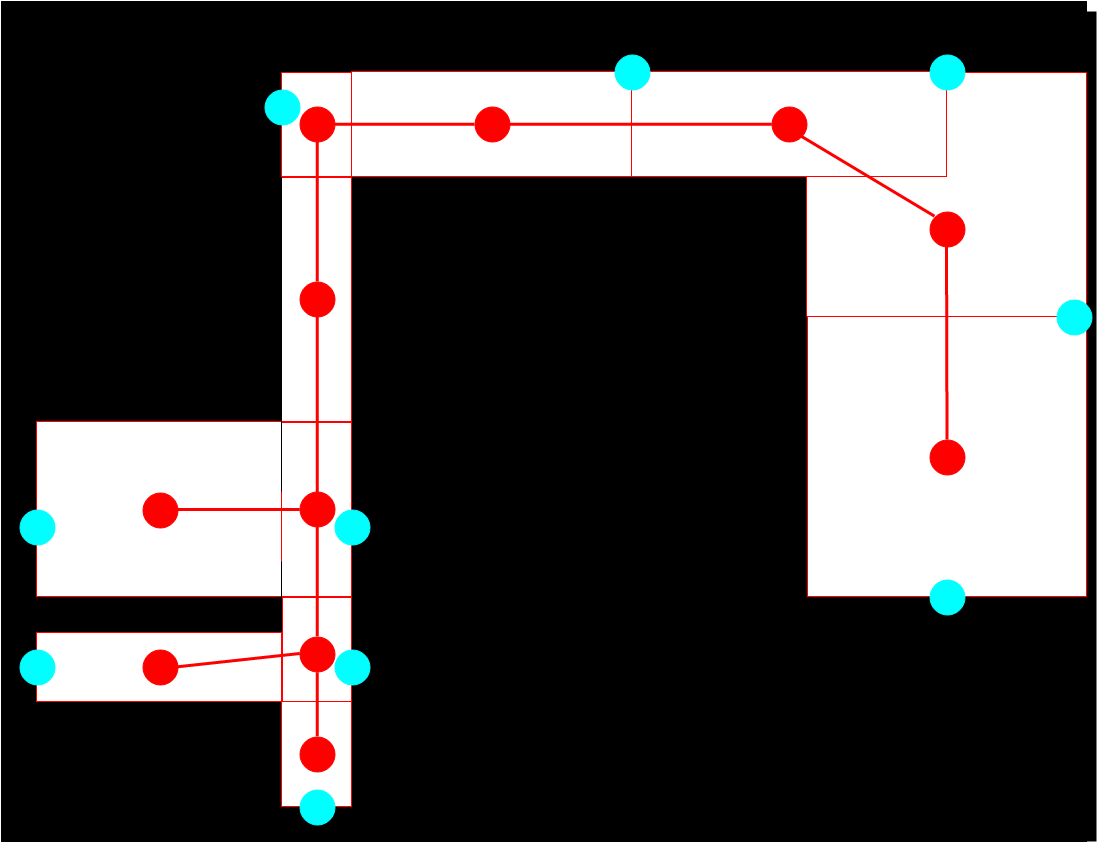
Above: docs/eb2.png in mchill/beacon-bone (draw.io), before the change. Source tidied: cells renumbered, new cells last; positions are measured from the earlier drawing's top-left corner, leaving out a move shared by most shapes.
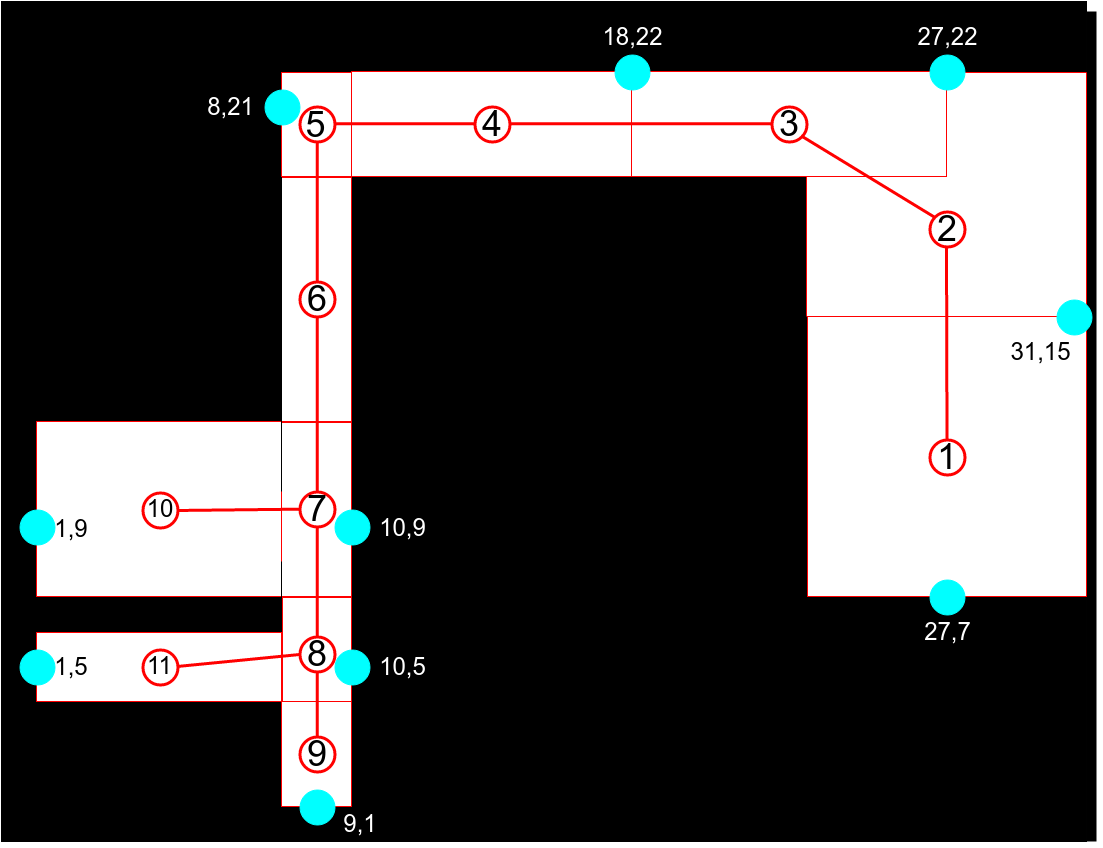
After the commit.

Commit message:
Update eb2 map with labels

It will be easier to refer to nodes and beacons.

The edit, as a diff of the source:
```diff
@@ -89,7 +89,7 @@
     <mxCell id="30" style="whiteSpace=wrap;html=1;strokeColor=#FF0000;strokeWidth=1;fillColor=none;" parent="1" vertex="1">
       <mxGeometry x="35" y="631" width="245" height="69" as="geometry" />
     </mxCell>
-    <mxCell id="31" style="ellipse;whiteSpace=wrap;html=1;strokeColor=#FF0000;strokeWidth=1;fillColor=#FF0000;perimeterSpacing=0;" parent="1" vertex="1">
+    <mxCell id="31" value="&lt;font style=&quot;font-size: 36px&quot;&gt;1&lt;/font&gt;" style="ellipse;whiteSpace=wrap;html=1;strokeColor=#FF0000;strokeWidth=3;fillColor=none;perimeterSpacing=0;" parent="1" vertex="1">
       <mxGeometry x="928" y="438" width="35" height="35" as="geometry" />
     </mxCell>
     <mxCell id="32" style="ellipse;whiteSpace=wrap;html=1;strokeColor=#00FFFF;strokeWidth=1;fillColor=#00FFFF;perimeterSpacing=0;" parent="1" vertex="1">
@@ -107,34 +107,34 @@
     <mxCell id="36" style="ellipse;whiteSpace=wrap;html=1;strokeColor=#00FFFF;strokeWidth=1;fillColor=#00FFFF;perimeterSpacing=0;" parent="1" vertex="1">
       <mxGeometry x="333" y="508" width="35" height="35" as="geometry" />
     </mxCell>
-    <mxCell id="37" style="ellipse;whiteSpace=wrap;html=1;strokeColor=#FF0000;strokeWidth=1;fillColor=#FF0000;perimeterSpacing=0;" parent="1" vertex="1">
+    <mxCell id="37" value="&lt;font style=&quot;font-size: 36px&quot;&gt;2&lt;/font&gt;" style="ellipse;whiteSpace=wrap;html=1;strokeColor=#FF0000;strokeWidth=3;fillColor=none;perimeterSpacing=0;" parent="1" vertex="1">
       <mxGeometry x="928" y="210" width="35" height="35" as="geometry" />
     </mxCell>
-    <mxCell id="38" style="ellipse;whiteSpace=wrap;html=1;strokeColor=#FF0000;strokeWidth=1;fillColor=#FF0000;perimeterSpacing=0;" parent="1" vertex="1">
+    <mxCell id="38" value="&lt;font style=&quot;font-size: 36px&quot;&gt;4&lt;/font&gt;" style="ellipse;whiteSpace=wrap;html=1;strokeColor=#FF0000;strokeWidth=3;fillColor=none;perimeterSpacing=0;" parent="1" vertex="1">
       <mxGeometry x="473" y="105" width="35" height="35" as="geometry" />
     </mxCell>
-    <mxCell id="39" style="ellipse;whiteSpace=wrap;html=1;strokeColor=#FF0000;strokeWidth=1;fillColor=#FF0000;perimeterSpacing=0;" parent="1" vertex="1">
+    <mxCell id="39" value="&lt;font style=&quot;font-size: 24px&quot;&gt;10&lt;/font&gt;" style="ellipse;whiteSpace=wrap;html=1;strokeColor=#FF0000;strokeWidth=3;fillColor=none;perimeterSpacing=0;" parent="1" vertex="1">
       <mxGeometry x="141" y="491" width="35" height="35" as="geometry" />
     </mxCell>
-    <mxCell id="40" style="ellipse;whiteSpace=wrap;html=1;strokeColor=#FF0000;strokeWidth=1;fillColor=#FF0000;perimeterSpacing=0;" parent="1" vertex="1">
+    <mxCell id="40" value="&lt;font style=&quot;font-size: 36px&quot;&gt;7&lt;/font&gt;" style="ellipse;whiteSpace=wrap;html=1;strokeColor=#FF0000;strokeWidth=3;fillColor=none;perimeterSpacing=0;" parent="1" vertex="1">
       <mxGeometry x="298" y="490" width="35" height="35" as="geometry" />
     </mxCell>
-    <mxCell id="41" style="ellipse;whiteSpace=wrap;html=1;strokeColor=#FF0000;strokeWidth=1;fillColor=#FF0000;perimeterSpacing=0;" parent="1" vertex="1">
+    <mxCell id="41" value="&lt;font style=&quot;font-size: 24px&quot;&gt;11&lt;/font&gt;" style="ellipse;whiteSpace=wrap;html=1;strokeColor=#FF0000;strokeWidth=3;fillColor=none;perimeterSpacing=0;" parent="1" vertex="1">
       <mxGeometry x="141" y="648" width="35" height="35" as="geometry" />
     </mxCell>
-    <mxCell id="42" style="ellipse;whiteSpace=wrap;html=1;strokeColor=#FF0000;strokeWidth=1;fillColor=#FF0000;perimeterSpacing=0;" parent="1" vertex="1">
+    <mxCell id="42" value="&lt;font style=&quot;font-size: 36px&quot;&gt;9&lt;/font&gt;" style="ellipse;whiteSpace=wrap;html=1;strokeColor=#FF0000;strokeWidth=3;fillColor=none;perimeterSpacing=0;" parent="1" vertex="1">
       <mxGeometry x="298" y="735" width="35" height="35" as="geometry" />
     </mxCell>
     <mxCell id="43" style="whiteSpace=wrap;html=1;strokeColor=#FF0000;strokeWidth=1;fillColor=none;" parent="1" vertex="1">
       <mxGeometry x="281" y="595" width="69" height="105" as="geometry" />
     </mxCell>
-    <mxCell id="44" style="ellipse;whiteSpace=wrap;html=1;strokeColor=#FF0000;strokeWidth=1;fillColor=#FF0000;perimeterSpacing=0;" parent="1" vertex="1">
+    <mxCell id="44" value="&lt;font style=&quot;font-size: 36px&quot;&gt;8&lt;/font&gt;" style="ellipse;whiteSpace=wrap;html=1;strokeColor=#FF0000;strokeWidth=3;fillColor=none;perimeterSpacing=0;" parent="1" vertex="1">
       <mxGeometry x="298" y="635" width="35" height="35" as="geometry" />
     </mxCell>
     <mxCell id="45" style="whiteSpace=wrap;html=1;strokeColor=#FF0000;strokeWidth=1;fillColor=none;" parent="1" vertex="1">
       <mxGeometry x="280" y="176" width="70" height="244" as="geometry" />
     </mxCell>
-    <mxCell id="46" style="ellipse;whiteSpace=wrap;html=1;strokeColor=#FF0000;strokeWidth=1;fillColor=#FF0000;perimeterSpacing=0;" parent="1" vertex="1">
+    <mxCell id="46" value="&lt;font style=&quot;font-size: 36px&quot;&gt;6&lt;/font&gt;" style="ellipse;whiteSpace=wrap;html=1;strokeColor=#FF0000;strokeWidth=3;fillColor=none;perimeterSpacing=0;" parent="1" vertex="1">
       <mxGeometry x="298" y="280" width="35" height="35" as="geometry" />
     </mxCell>
     <mxCell id="47" style="line;direction=south;html=1;strokeWidth=1;strokeColor=#000000;" parent="1" vertex="1">
@@ -158,7 +158,7 @@
     <mxCell id="53" style="endArrow=none;html=1;entryX=1;entryY=0.5;strokeColor=#FF0000;strokeWidth=3;exitX=0;exitY=0.5;" parent="1" edge="1" source="40" target="39">
       <mxGeometry x="209" y="502.7" as="geometry" />
     </mxCell>
-    <mxCell id="54" style="ellipse;whiteSpace=wrap;html=1;strokeColor=#FF0000;strokeWidth=1;fillColor=#FF0000;perimeterSpacing=0;" parent="1" vertex="1">
+    <mxCell id="54" style="ellipse;whiteSpace=wrap;html=1;strokeColor=#FF0000;strokeWidth=3;fillColor=none;perimeterSpacing=0;" parent="1" vertex="1">
       <mxGeometry x="298" y="105" width="35" height="35" as="geometry" />
     </mxCell>
     <mxCell id="55" style="endArrow=none;html=1;entryX=0;entryY=0.5;strokeColor=#FF0000;strokeWidth=3;exitX=1;exitY=0.5;" parent="1" edge="1" source="54" target="38">
@@ -167,7 +167,7 @@
     <mxCell id="56" style="endArrow=none;html=1;entryX=0.5;entryY=1;strokeColor=#FF0000;strokeWidth=3;exitX=0.5;exitY=0;" parent="1" edge="1" source="40" target="46">
       <mxGeometry x="1085" y="402.7" as="geometry" />
     </mxCell>
-    <mxCell id="57" style="whiteSpace=wrap;html=1;strokeColor=#FF0000;strokeWidth=1;fillColor=none;" parent="1" vertex="1">
+    <mxCell id="57" value="&lt;font style=&quot;font-size: 36px&quot;&gt;5&lt;/font&gt;" style="whiteSpace=wrap;html=1;strokeColor=#FF0000;strokeWidth=1;fillColor=none;" parent="1" vertex="1">
       <mxGeometry x="280" y="71" width="70" height="104" as="geometry" />
     </mxCell>
     <mxCell id="58" style="ellipse;whiteSpace=wrap;html=1;strokeColor=#00FFFF;strokeWidth=1;fillColor=#00FFFF;perimeterSpacing=0;" parent="1" vertex="1">
@@ -185,7 +185,7 @@
     <mxCell id="62" style="whiteSpace=wrap;html=1;strokeColor=#FF0000;strokeWidth=1;fillColor=none;" parent="1" vertex="1">
       <mxGeometry x="630" y="70" width="315" height="105" as="geometry" />
     </mxCell>
-    <mxCell id="63" style="ellipse;whiteSpace=wrap;html=1;strokeColor=#FF0000;strokeWidth=1;fillColor=#FF0000;perimeterSpacing=0;" parent="1" vertex="1">
+    <mxCell id="63" value="&lt;font style=&quot;font-size: 36px&quot;&gt;3&lt;/font&gt;" style="ellipse;whiteSpace=wrap;html=1;strokeColor=#FF0000;strokeWidth=3;fillColor=none;perimeterSpacing=0;" parent="1" vertex="1">
       <mxGeometry x="770" y="105" width="35" height="35" as="geometry" />
     </mxCell>
     <mxCell id="64" style="line;direction=south;html=1;strokeColor=#FF0000;strokeWidth=1;fillColor=#FF0000;" parent="1" vertex="1">
@@ -209,5 +209,35 @@
     <mxCell id="70" style="ellipse;whiteSpace=wrap;html=1;strokeColor=#00FFFF;strokeWidth=1;fillColor=#00FFFF;perimeterSpacing=0;" parent="1" vertex="1">
       <mxGeometry x="1055" y="298" width="35" height="35" as="geometry" />
     </mxCell>
+    <mxCell id="71" value="&lt;font style=&quot;font-size: 24px&quot;&gt;9,1&lt;/font&gt;" style="text;html=1;strokeColor=none;fillColor=none;align=center;verticalAlign=middle;whiteSpace=wrap;overflow=hidden;fontColor=#FFFFFF;" parent="1" vertex="1">
+      <mxGeometry x="333" y="805" width="52" height="35" as="geometry" />
+    </mxCell>
+    <mxCell id="72" value="&lt;font style=&quot;font-size: 24px&quot;&gt;10,5&lt;/font&gt;" style="text;html=1;strokeColor=none;fillColor=none;align=center;verticalAlign=middle;whiteSpace=wrap;overflow=hidden;fontColor=#FFFFFF;" parent="1" vertex="1">
+      <mxGeometry x="368" y="648" width="67" height="35" as="geometry" />
+    </mxCell>
+    <mxCell id="73" value="&lt;font style=&quot;font-size: 24px&quot;&gt;10,9&lt;/font&gt;" style="text;html=1;strokeColor=none;fillColor=none;align=center;verticalAlign=middle;whiteSpace=wrap;overflow=hidden;fontColor=#FFFFFF;" parent="1" vertex="1">
+      <mxGeometry x="368" y="509" width="67" height="35" as="geometry" />
+    </mxCell>
+    <mxCell id="74" value="&lt;font style=&quot;font-size: 24px&quot;&gt;1,9&lt;/font&gt;" style="text;html=1;strokeColor=none;fillColor=none;align=center;verticalAlign=middle;whiteSpace=wrap;overflow=hidden;fontColor=#000000;" parent="1" vertex="1">
+      <mxGeometry x="53" y="510" width="34" height="35" as="geometry" />
+    </mxCell>
+    <mxCell id="75" value="&lt;font style=&quot;font-size: 24px&quot;&gt;1,5&lt;/font&gt;" style="text;html=1;strokeColor=none;fillColor=none;align=center;verticalAlign=middle;whiteSpace=wrap;overflow=hidden;fontColor=#000000;" parent="1" vertex="1">
+      <mxGeometry x="53" y="648" width="34" height="35" as="geometry" />
+    </mxCell>
+    <mxCell id="76" value="&lt;font style=&quot;font-size: 24px&quot;&gt;8,21&lt;/font&gt;" style="text;html=1;strokeColor=none;fillColor=none;align=center;verticalAlign=middle;whiteSpace=wrap;overflow=hidden;fontColor=#FFFFFF;" parent="1" vertex="1">
+      <mxGeometry x="196" y="88" width="67" height="35" as="geometry" />
+    </mxCell>
+    <mxCell id="77" value="&lt;font style=&quot;font-size: 24px&quot;&gt;18,22&lt;/font&gt;" style="text;html=1;strokeColor=none;fillColor=none;align=center;verticalAlign=middle;whiteSpace=wrap;overflow=hidden;fontColor=#FFFFFF;" parent="1" vertex="1">
+      <mxGeometry x="597" y="18" width="67" height="35" as="geometry" />
+    </mxCell>
+    <mxCell id="78" value="&lt;font style=&quot;font-size: 24px&quot;&gt;27,22&lt;/font&gt;" style="text;html=1;strokeColor=none;fillColor=none;align=center;verticalAlign=middle;whiteSpace=wrap;overflow=hidden;fontColor=#FFFFFF;" parent="1" vertex="1">
+      <mxGeometry x="912" y="18" width="67" height="35" as="geometry" />
+    </mxCell>
+    <mxCell id="79" value="&lt;font style=&quot;font-size: 24px&quot;&gt;27,7&lt;/font&gt;" style="text;html=1;strokeColor=none;fillColor=none;align=center;verticalAlign=middle;whiteSpace=wrap;overflow=hidden;fontColor=#FFFFFF;" parent="1" vertex="1">
+      <mxGeometry x="913" y="613" width="67" height="35" as="geometry" />
+    </mxCell>
+    <mxCell id="80" value="&lt;font style=&quot;font-size: 24px&quot;&gt;31,15&lt;/font&gt;" style="text;html=1;strokeColor=none;fillColor=none;align=center;verticalAlign=middle;whiteSpace=wrap;overflow=hidden;fontColor=#000000;" parent="1" vertex="1">
+      <mxGeometry x="993" y="333" width="92" height="35" as="geometry" />
+    </mxCell>
   </root>
 </mxGraphModel>
```
